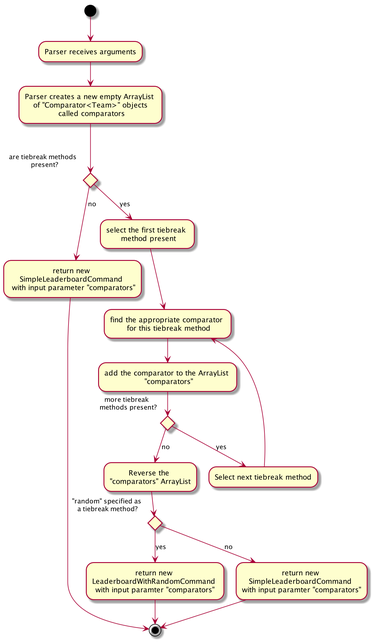
Above: images/TieBreakActivityDiagram.png in AY1920S1-CS2103T-F11-1/main (PlantUML), before the change.
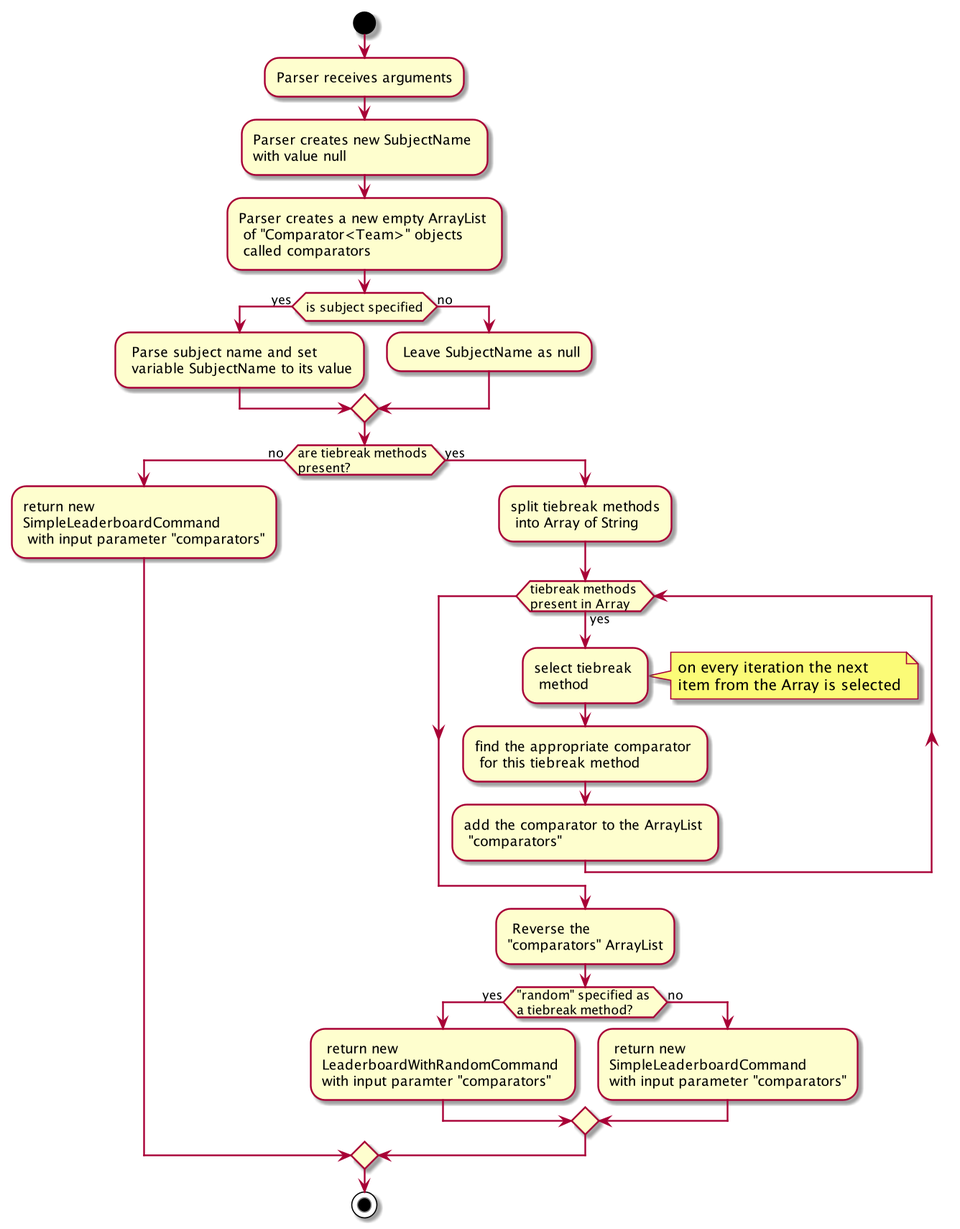
Later version of the same file.

The edit, as a diff of the source:
```diff
@@ -1,26 +1,38 @@
 @startuml
-(*) --> "Parser receives arguments" as first
---> Parser creates a new empty ArrayList \n of "Comparator<Team>" objects \n called comparators
 
----> if are tiebreak methods \n present? then
---> [no] return new \nSimpleLeaderboardCommand \n with input parameter "comparators"
-----> (*)
+start
+:Parser receives arguments;
+:Parser creates new SubjectName \nwith value null;
+:Parser creates a new empty ArrayList \n of "Comparator<Team>" objects \n called comparators;
 
-else
---> [yes] select the first tiebreak \n method present
---> "find the appropriate comparator \n for this tiebreak method" as loop
---> add the comparator to the ArrayList \n "comparators"
+if (is subject specified) then (yes)
+: Parse subject name and set \n variable SubjectName to its value;
+else (no)
+: Leave SubjectName as null;
+endif
 
-    --> if more tiebreak \n methods present? then
-    --> [no] Reverse the \n"comparators" ArrayList
-             if "random" specified as \na tiebreak method? then
-                --> [yes] return new \nLeaderboardWithRandomCommand \nwith input paramter "comparators"
-                --> (*)
-             else
-                --> [no] return new \nSimpleLeaderboardCommand \nwith input paramter "comparators"
-                --> (*)
-             Endif
-    else
-    --> [yes] Select next tiebreak method
-    --> loop
+if (are tiebreak methods \npresent?) then (no)
+:return new \nSimpleLeaderboardCommand \n with input parameter "comparators";
+
+else (yes)
+:split tiebreak methods\n into Array of String;
+while (tiebreak methods \npresent in Array) is (yes)
+:select tiebreak \n method;
+note right
+on every iteration the next
+item from the Array is selected
+end note
+:find the appropriate comparator \n for this tiebreak method;
+:add the comparator to the ArrayList \n "comparators";
+endwhile
+: Reverse the \n"comparators" ArrayList;
+if ("random" specified as \na tiebreak method?) then (yes)
+: return new \nLeaderboardWithRandomCommand \nwith input paramter "comparators";
+else (no)
+: return new \nSimpleLeaderboardCommand \nwith input parameter "comparators";
+endif
+endif
+
+stop
+
 @enduml
```
